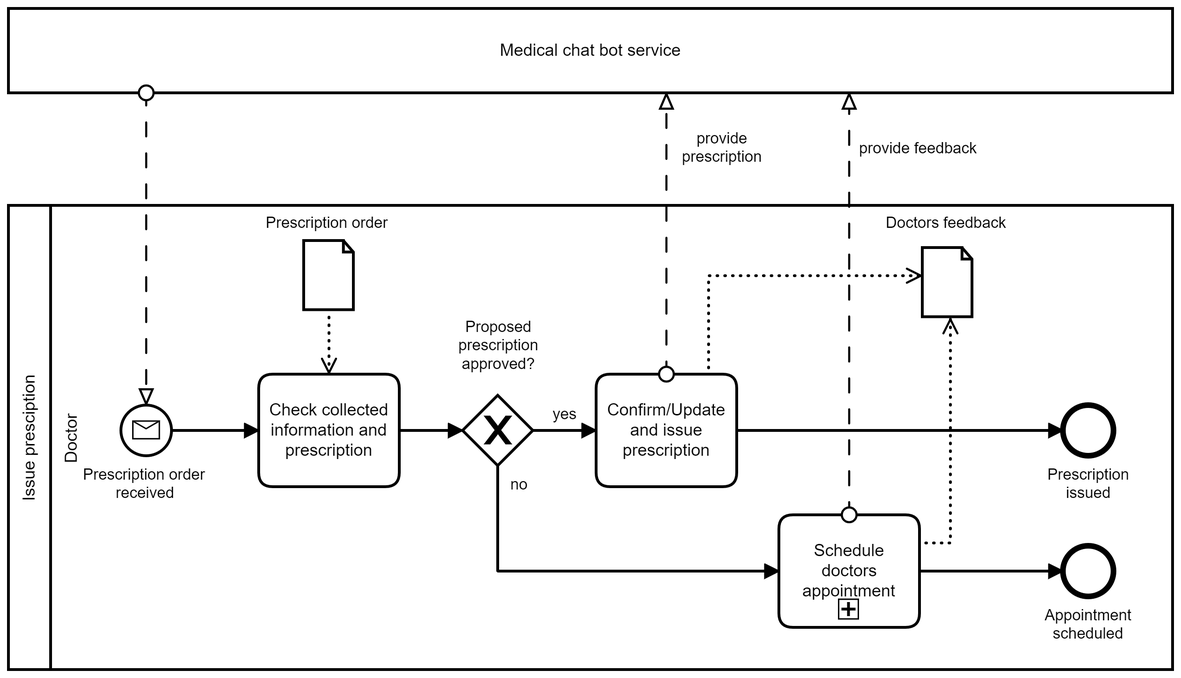
Above: images/wiki/TO-BE_Process_issue_prescription.png in DigiBP/DigiBP_Burrata (BPMN), before the change. Its source is kept beside it as TO-BE Process/TO-BE_Process_issue_prescription.bpmn. Ids are renumbered. The source it was exported from:
```xml
<bpmn:definitions xmlns:bpmn="http://www.omg.org/spec/BPMN/20100524/MODEL" xmlns:bpmndi="http://www.omg.org/spec/BPMN/20100524/DI" xmlns:dc="http://www.omg.org/spec/DD/20100524/DC" xmlns:di="http://www.omg.org/spec/DD/20100524/DI" id="Definitions_n1" targetNamespace="http://bpmn.io/schema/bpmn" exporter="Camunda Modeler" exporterVersion="3.6.0">
  <bpmn:collaboration id="Collaboration_n2">
    <bpmn:participant id="Participant_n3" name="Issue presciption" processRef="Process_n4" />
    <bpmn:participant id="Participant_n5" name="Medical chat bot service" />
    <bpmn:messageFlow id="MessageFlow_n6" sourceRef="Participant_n5" targetRef="StartEvent_1" />
    <bpmn:messageFlow id="MessageFlow_n7" name="provide prescription" sourceRef="Task_n8" targetRef="Participant_n5" />
    <bpmn:messageFlow id="MessageFlow_n9" name="provide feedback" sourceRef="Task_n10" targetRef="Participant_n5" />
  </bpmn:collaboration>
  <bpmn:process id="Process_n4" isExecutable="true">
    <bpmn:laneSet id="LaneSet_n11">
      <bpmn:lane id="Lane_n12" name="Doctor">
        <bpmn:flowNodeRef>Task_n13</bpmn:flowNodeRef>
        <bpmn:flowNodeRef>Task_n8</bpmn:flowNodeRef>
        <bpmn:flowNodeRef>ExclusiveGateway_n14</bpmn:flowNodeRef>
        <bpmn:flowNodeRef>EndEvent_n15</bpmn:flowNodeRef>
        <bpmn:flowNodeRef>StartEvent_1</bpmn:flowNodeRef>
        <bpmn:flowNodeRef>EndEvent_n16</bpmn:flowNodeRef>
        <bpmn:flowNodeRef>Task_n10</bpmn:flowNodeRef>
      </bpmn:lane>
    </bpmn:laneSet>
    <bpmn:task id="Task_n13" name="Check collected information and prescription">
      <bpmn:incoming>SequenceFlow_n17</bpmn:incoming>
      <bpmn:outgoing>SequenceFlow_n18</bpmn:outgoing>
      <bpmn:property id="Property_n19" name="__targetRef_placeholder" />
      <bpmn:dataInputAssociation id="DataInputAssociation_n20">
        <bpmn:sourceRef>DataObjectReference_n21</bpmn:sourceRef>
        <bpmn:targetRef>Property_n19</bpmn:targetRef>
      </bpmn:dataInputAssociation>
    </bpmn:task>
    <bpmn:task id="Task_n8" name="Confirm/Update and issue prescription">
      <bpmn:incoming>SequenceFlow_n22</bpmn:incoming>
      <bpmn:outgoing>SequenceFlow_n23</bpmn:outgoing>
      <bpmn:dataOutputAssociation id="DataOutputAssociation_n24">
        <bpmn:targetRef>DataObjectReference_n25</bpmn:targetRef>
      </bpmn:dataOutputAssociation>
    </bpmn:task>
    <bpmn:exclusiveGateway id="ExclusiveGateway_n14" name="Proposed prescription approved?">
      <bpmn:incoming>SequenceFlow_n18</bpmn:incoming>
      <bpmn:outgoing>SequenceFlow_n22</bpmn:outgoing>
      <bpmn:outgoing>SequenceFlow_n26</bpmn:outgoing>
    </bpmn:exclusiveGateway>
    <bpmn:dataObjectReference id="DataObjectReference_n21" name="Prescription order" dataObjectRef="DataObject_n27" />
    <bpmn:dataObject id="DataObject_n27" />
    <bpmn:endEvent id="EndEvent_n15" name="Prescription issued">
      <bpmn:incoming>SequenceFlow_n23</bpmn:incoming>
    </bpmn:endEvent>
    <bpmn:startEvent id="StartEvent_1" name="Prescription order received">
      <bpmn:outgoing>SequenceFlow_n17</bpmn:outgoing>
      <bpmn:messageEventDefinition id="MessageEventDefinition_n28" />
    </bpmn:startEvent>
    <bpmn:endEvent id="EndEvent_n16" name="Appointment scheduled">
      <bpmn:incoming>SequenceFlow_n29</bpmn:incoming>
    </bpmn:endEvent>
    <bpmn:subProcess id="Task_n10" name="Schedule doctors appointment">
      <bpmn:incoming>SequenceFlow_n26</bpmn:incoming>
      <bpmn:outgoing>SequenceFlow_n29</bpmn:outgoing>
      <bpmn:dataOutputAssociation id="DataOutputAssociation_n30">
        <bpmn:targetRef>DataObjectReference_n25</bpmn:targetRef>
      </bpmn:dataOutputAssociation>
    </bpmn:subProcess>
    <bpmn:sequenceFlow id="SequenceFlow_n17" sourceRef="StartEvent_1" targetRef="Task_n13" />
    <bpmn:sequenceFlow id="SequenceFlow_n23" sourceRef="Task_n8" targetRef="EndEvent_n15" />
    <bpmn:sequenceFlow id="SequenceFlow_n22" name="yes" sourceRef="ExclusiveGateway_n14" targetRef="Task_n8" />
    <bpmn:sequenceFlow id="SequenceFlow_n18" sourceRef="Task_n13" targetRef="ExclusiveGateway_n14" />
    <bpmn:sequenceFlow id="SequenceFlow_n26" name="no" sourceRef="ExclusiveGateway_n14" targetRef="Task_n10" />
    <bpmn:sequenceFlow id="SequenceFlow_n29" sourceRef="Task_n10" targetRef="EndEvent_n16" />
    <bpmn:dataObjectReference id="DataObjectReference_n25" name="Doctors feedback" dataObjectRef="DataObject_n31" />
    <bpmn:dataObject id="DataObject_n31" />
  </bpmn:process>
  <bpmndi:BPMNDiagram id="BPMNDiagram_1">
    <bpmndi:BPMNPlane id="BPMNPlane_1" bpmnElement="Collaboration_n2">
      <bpmndi:BPMNShape id="Participant_n3_di" bpmnElement="Participant_n3" isHorizontal="true">
        <dc:Bounds x="152" y="220" width="828" height="330" />
      </bpmndi:BPMNShape>
      <bpmndi:BPMNShape id="StartEvent_1m1549q_di" bpmnElement="StartEvent_1">
        <dc:Bounds x="232" y="362" width="36" height="36" />
        <bpmndi:BPMNLabel>
          <dc:Bounds x="205" y="405" width="89" height="27" />
        </bpmndi:BPMNLabel>
      </bpmndi:BPMNShape>
      <bpmndi:BPMNShape id="Task_n13_di" bpmnElement="Task_n13">
        <dc:Bounds x="330" y="340" width="100" height="80" />
      </bpmndi:BPMNShape>
      <bpmndi:BPMNEdge id="SequenceFlow_n17_di" bpmnElement="SequenceFlow_n17">
        <di:waypoint x="268" y="380" />
        <di:waypoint x="330" y="380" />
      </bpmndi:BPMNEdge>
      <bpmndi:BPMNShape id="Task_n8_di" bpmnElement="Task_n8">
        <dc:Bounds x="570" y="340" width="100" height="80" />
      </bpmndi:BPMNShape>
      <bpmndi:BPMNShape id="DataObjectReference_n21_di" bpmnElement="DataObjectReference_n21">
        <dc:Bounds x="362" y="245" width="36" height="50" />
        <bpmndi:BPMNLabel>
          <dc:Bounds x="335" y="226" width="89" height="14" />
        </bpmndi:BPMNLabel>
      </bpmndi:BPMNShape>
      <bpmndi:BPMNEdge id="DataInputAssociation_n20_di" bpmnElement="DataInputAssociation_n20">
        <di:waypoint x="380" y="295" />
        <di:waypoint x="380" y="340" />
      </bpmndi:BPMNEdge>
      <bpmndi:BPMNShape id="EndEvent_n15_di" bpmnElement="EndEvent_n15">
        <dc:Bounds x="902" y="362" width="36" height="36" />
        <bpmndi:BPMNLabel>
          <dc:Bounds x="891" y="405" width="59" height="27" />
        </bpmndi:BPMNLabel>
      </bpmndi:BPMNShape>
      <bpmndi:BPMNEdge id="SequenceFlow_n23_di" bpmnElement="SequenceFlow_n23">
        <di:waypoint x="670" y="380" />
        <di:waypoint x="902" y="380" />
      </bpmndi:BPMNEdge>
      <bpmndi:BPMNShape id="ExclusiveGateway_n14_di" bpmnElement="ExclusiveGateway_n14" isMarkerVisible="true">
        <dc:Bounds x="475" y="355" width="50" height="50" />
        <bpmndi:BPMNLabel>
          <dc:Bounds x="472" y="300" width="57" height="40" />
        </bpmndi:BPMNLabel>
      </bpmndi:BPMNShape>
      <bpmndi:BPMNEdge id="SequenceFlow_n22_di" bpmnElement="SequenceFlow_n22">
        <di:waypoint x="525" y="380" />
        <di:waypoint x="570" y="380" />
        <bpmndi:BPMNLabel>
          <dc:Bounds x="539" y="362" width="17" height="14" />
        </bpmndi:BPMNLabel>
      </bpmndi:BPMNEdge>
      <bpmndi:BPMNEdge id="SequenceFlow_n18_di" bpmnElement="SequenceFlow_n18">
        <di:waypoint x="430" y="380" />
        <di:waypoint x="475" y="380" />
      </bpmndi:BPMNEdge>
      <bpmndi:BPMNEdge id="SequenceFlow_n26_di" bpmnElement="SequenceFlow_n26">
        <di:waypoint x="500" y="405" />
        <di:waypoint x="500" y="480" />
        <di:waypoint x="700" y="480" />
        <bpmndi:BPMNLabel>
          <dc:Bounds x="509" y="412" width="13" height="14" />
        </bpmndi:BPMNLabel>
      </bpmndi:BPMNEdge>
      <bpmndi:BPMNShape id="EndEvent_n16_di" bpmnElement="EndEvent_n16">
        <dc:Bounds x="902" y="462" width="36" height="36" />
        <bpmndi:BPMNLabel>
          <dc:Bounds x="889" y="505" width="62" height="27" />
        </bpmndi:BPMNLabel>
      </bpmndi:BPMNShape>
      <bpmndi:BPMNEdge id="SequenceFlow_n29_di" bpmnElement="SequenceFlow_n29">
        <di:waypoint x="800" y="480" />
        <di:waypoint x="902" y="480" />
      </bpmndi:BPMNEdge>
      <bpmndi:BPMNShape id="Participant_0koea4i_di" bpmnElement="Participant_n5" isHorizontal="true">
        <dc:Bounds x="152" y="80" width="828" height="60" />
      </bpmndi:BPMNShape>
      <bpmndi:BPMNEdge id="MessageFlow_n6_di" bpmnElement="MessageFlow_n6">
        <di:waypoint x="250" y="140" />
        <di:waypoint x="250" y="362" />
      </bpmndi:BPMNEdge>
      <bpmndi:BPMNEdge id="MessageFlow_n7_di" bpmnElement="MessageFlow_n7">
        <di:waypoint x="620" y="340" />
        <di:waypoint x="620" y="140" />
        <bpmndi:BPMNLabel>
          <dc:Bounds x="631" y="166" width="57" height="27" />
        </bpmndi:BPMNLabel>
      </bpmndi:BPMNEdge>
      <bpmndi:BPMNEdge id="MessageFlow_n9_di" bpmnElement="MessageFlow_n9">
        <di:waypoint x="750" y="440" />
        <di:waypoint x="750" y="140" />
        <bpmndi:BPMNLabel>
          <dc:Bounds x="757" y="173" width="85" height="14" />
        </bpmndi:BPMNLabel>
      </bpmndi:BPMNEdge>
      <bpmndi:BPMNShape id="DataObjectReference_n25_di" bpmnElement="DataObjectReference_n25">
        <dc:Bounds x="802" y="250" width="36" height="50" />
        <bpmndi:BPMNLabel>
          <dc:Bounds x="776" y="226" width="87" height="14" />
        </bpmndi:BPMNLabel>
      </bpmndi:BPMNShape>
      <bpmndi:BPMNEdge id="DataOutputAssociation_n24_di" bpmnElement="DataOutputAssociation_n24">
        <di:waypoint x="650" y="340" />
        <di:waypoint x="650" y="270" />
        <di:waypoint x="802" y="270" />
      </bpmndi:BPMNEdge>
      <bpmndi:BPMNEdge id="DataOutputAssociation_n30_di" bpmnElement="DataOutputAssociation_n30">
        <di:waypoint x="800" y="460" />
        <di:waypoint x="822" y="460" />
        <di:waypoint x="822" y="300" />
      </bpmndi:BPMNEdge>
      <bpmndi:BPMNShape id="SubProcess_06xylaw_di" bpmnElement="Task_n10">
        <dc:Bounds x="700" y="440" width="100" height="80" />
      </bpmndi:BPMNShape>
      <bpmndi:BPMNShape id="Lane_n12_di" bpmnElement="Lane_n12" isHorizontal="true">
        <dc:Bounds x="182" y="220" width="798" height="330" />
      </bpmndi:BPMNShape>
    </bpmndi:BPMNPlane>
  </bpmndi:BPMNDiagram>
</bpmn:definitions>
```
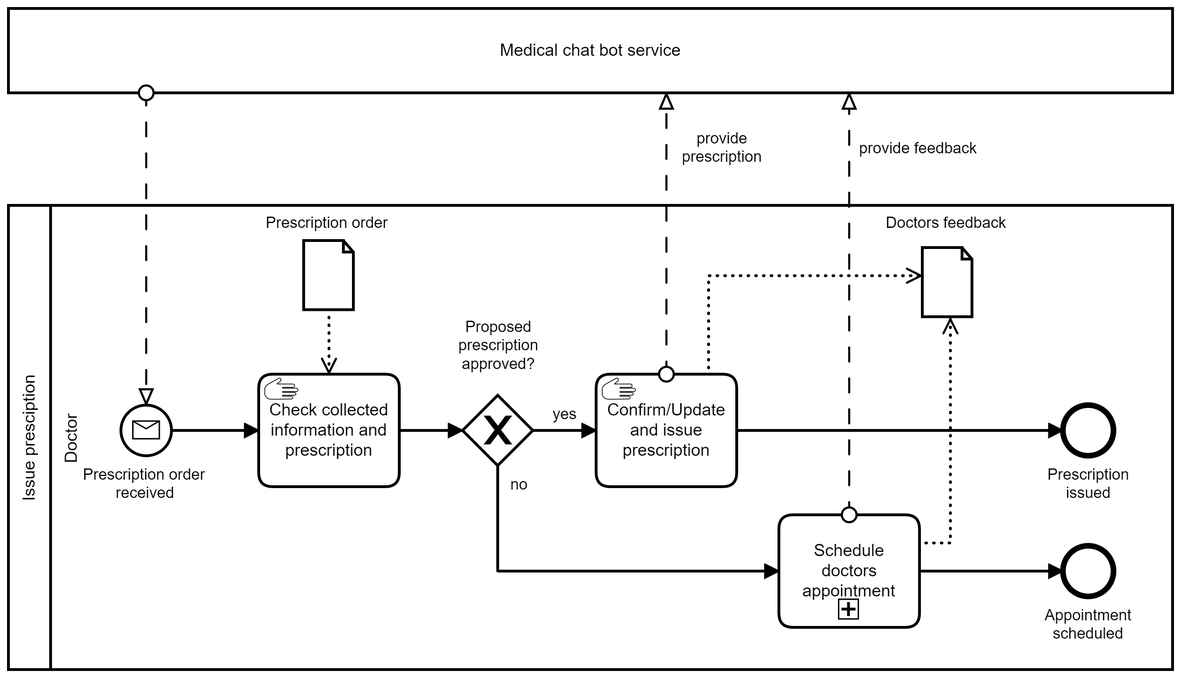
The same diagram one commit later.

Commit message:
to-be process after discussion - minor corrections

The edit, as a diff of the source:
```diff
@@ -4,36 +4,20 @@
     <bpmn:participant id="Participant_n5" name="Medical chat bot service" />
     <bpmn:messageFlow id="MessageFlow_n6" sourceRef="Participant_n5" targetRef="StartEvent_1" />
     <bpmn:messageFlow id="MessageFlow_n7" name="provide prescription" sourceRef="Task_n8" targetRef="Participant_n5" />
-    <bpmn:messageFlow id="MessageFlow_n9" name="provide feedback" sourceRef="Task_n10" targetRef="Participant_n5" />
+    <bpmn:messageFlow id="MessageFlow_n9" name="provide feedback" sourceRef="Collaboration_n32" targetRef="Participant_n5" />
   </bpmn:collaboration>
   <bpmn:process id="Process_n4" isExecutable="true">
     <bpmn:laneSet id="LaneSet_n11">
       <bpmn:lane id="Lane_n12" name="Doctor">
-        <bpmn:flowNodeRef>Task_n13</bpmn:flowNodeRef>
-        <bpmn:flowNodeRef>Task_n8</bpmn:flowNodeRef>
         <bpmn:flowNodeRef>ExclusiveGateway_n14</bpmn:flowNodeRef>
         <bpmn:flowNodeRef>EndEvent_n15</bpmn:flowNodeRef>
         <bpmn:flowNodeRef>StartEvent_1</bpmn:flowNodeRef>
         <bpmn:flowNodeRef>EndEvent_n16</bpmn:flowNodeRef>
-        <bpmn:flowNodeRef>Task_n10</bpmn:flowNodeRef>
+        <bpmn:flowNodeRef>Collaboration_n32</bpmn:flowNodeRef>
+        <bpmn:flowNodeRef>Task_n13</bpmn:flowNodeRef>
+        <bpmn:flowNodeRef>Task_n8</bpmn:flowNodeRef>
       </bpmn:lane>
     </bpmn:laneSet>
-    <bpmn:task id="Task_n13" name="Check collected information and prescription">
-      <bpmn:incoming>SequenceFlow_n17</bpmn:incoming>
-      <bpmn:outgoing>SequenceFlow_n18</bpmn:outgoing>
-      <bpmn:property id="Property_n19" name="__targetRef_placeholder" />
-      <bpmn:dataInputAssociation id="DataInputAssociation_n20">
-        <bpmn:sourceRef>DataObjectReference_n21</bpmn:sourceRef>
-        <bpmn:targetRef>Property_n19</bpmn:targetRef>
-      </bpmn:dataInputAssociation>
-    </bpmn:task>
-    <bpmn:task id="Task_n8" name="Confirm/Update and issue prescription">
-      <bpmn:incoming>SequenceFlow_n22</bpmn:incoming>
-      <bpmn:outgoing>SequenceFlow_n23</bpmn:outgoing>
-      <bpmn:dataOutputAssociation id="DataOutputAssociation_n24">
-        <bpmn:targetRef>DataObjectReference_n25</bpmn:targetRef>
-      </bpmn:dataOutputAssociation>
-    </bpmn:task>
     <bpmn:exclusiveGateway id="ExclusiveGateway_n14" name="Proposed prescription approved?">
       <bpmn:incoming>SequenceFlow_n18</bpmn:incoming>
       <bpmn:outgoing>SequenceFlow_n22</bpmn:outgoing>
@@ -51,7 +35,7 @@
     <bpmn:endEvent id="EndEvent_n16" name="Appointment scheduled">
       <bpmn:incoming>SequenceFlow_n29</bpmn:incoming>
     </bpmn:endEvent>
-    <bpmn:subProcess id="Task_n10" name="Schedule doctors appointment">
+    <bpmn:subProcess id="Collaboration_n32" name="Schedule doctors appointment">
       <bpmn:incoming>SequenceFlow_n26</bpmn:incoming>
       <bpmn:outgoing>SequenceFlow_n29</bpmn:outgoing>
       <bpmn:dataOutputAssociation id="DataOutputAssociation_n30">
@@ -62,10 +46,26 @@
     <bpmn:sequenceFlow id="SequenceFlow_n23" sourceRef="Task_n8" targetRef="EndEvent_n15" />
     <bpmn:sequenceFlow id="SequenceFlow_n22" name="yes" sourceRef="ExclusiveGateway_n14" targetRef="Task_n8" />
     <bpmn:sequenceFlow id="SequenceFlow_n18" sourceRef="Task_n13" targetRef="ExclusiveGateway_n14" />
-    <bpmn:sequenceFlow id="SequenceFlow_n26" name="no" sourceRef="ExclusiveGateway_n14" targetRef="Task_n10" />
-    <bpmn:sequenceFlow id="SequenceFlow_n29" sourceRef="Task_n10" targetRef="EndEvent_n16" />
+    <bpmn:sequenceFlow id="SequenceFlow_n26" name="no" sourceRef="ExclusiveGateway_n14" targetRef="Collaboration_n32" />
+    <bpmn:sequenceFlow id="SequenceFlow_n29" sourceRef="Collaboration_n32" targetRef="EndEvent_n16" />
     <bpmn:dataObjectReference id="DataObjectReference_n25" name="Doctors feedback" dataObjectRef="DataObject_n31" />
     <bpmn:dataObject id="DataObject_n31" />
+    <bpmn:manualTask id="Task_n13" name="Check collected information and prescription">
+      <bpmn:incoming>SequenceFlow_n17</bpmn:incoming>
+      <bpmn:outgoing>SequenceFlow_n18</bpmn:outgoing>
+      <bpmn:property id="Property_n33" name="__targetRef_placeholder" />
+      <bpmn:dataInputAssociation id="DataInputAssociation_n20">
+        <bpmn:sourceRef>DataObjectReference_n21</bpmn:sourceRef>
+        <bpmn:targetRef>Property_n33</bpmn:targetRef>
+      </bpmn:dataInputAssociation>
+    </bpmn:manualTask>
+    <bpmn:manualTask id="Task_n8" name="Confirm/Update and issue prescription">
+      <bpmn:incoming>SequenceFlow_n22</bpmn:incoming>
+      <bpmn:outgoing>SequenceFlow_n23</bpmn:outgoing>
+      <bpmn:dataOutputAssociation id="DataOutputAssociation_n24">
+        <bpmn:targetRef>DataObjectReference_n25</bpmn:targetRef>
+      </bpmn:dataOutputAssociation>
+    </bpmn:manualTask>
   </bpmn:process>
   <bpmndi:BPMNDiagram id="BPMNDiagram_1">
     <bpmndi:BPMNPlane id="BPMNPlane_1" bpmnElement="Collaboration_n2">
@@ -78,16 +78,10 @@
           <dc:Bounds x="205" y="405" width="89" height="27" />
         </bpmndi:BPMNLabel>
       </bpmndi:BPMNShape>
-      <bpmndi:BPMNShape id="Task_n13_di" bpmnElement="Task_n13">
-        <dc:Bounds x="330" y="340" width="100" height="80" />
-      </bpmndi:BPMNShape>
       <bpmndi:BPMNEdge id="SequenceFlow_n17_di" bpmnElement="SequenceFlow_n17">
         <di:waypoint x="268" y="380" />
         <di:waypoint x="330" y="380" />
       </bpmndi:BPMNEdge>
-      <bpmndi:BPMNShape id="Task_n8_di" bpmnElement="Task_n8">
-        <dc:Bounds x="570" y="340" width="100" height="80" />
-      </bpmndi:BPMNShape>
       <bpmndi:BPMNShape id="DataObjectReference_n21_di" bpmnElement="DataObjectReference_n21">
         <dc:Bounds x="362" y="245" width="36" height="50" />
         <bpmndi:BPMNLabel>
@@ -180,12 +174,18 @@
         <di:waypoint x="822" y="460" />
         <di:waypoint x="822" y="300" />
       </bpmndi:BPMNEdge>
-      <bpmndi:BPMNShape id="SubProcess_06xylaw_di" bpmnElement="Task_n10">
+      <bpmndi:BPMNShape id="SubProcess_06xylaw_di" bpmnElement="Collaboration_n32">
         <dc:Bounds x="700" y="440" width="100" height="80" />
       </bpmndi:BPMNShape>
       <bpmndi:BPMNShape id="Lane_n12_di" bpmnElement="Lane_n12" isHorizontal="true">
         <dc:Bounds x="182" y="220" width="798" height="330" />
       </bpmndi:BPMNShape>
+      <bpmndi:BPMNShape id="ManualTask_191fdx3_di" bpmnElement="Task_n13">
+        <dc:Bounds x="330" y="340" width="100" height="80" />
+      </bpmndi:BPMNShape>
+      <bpmndi:BPMNShape id="ManualTask_0tbc6og_di" bpmnElement="Task_n8">
+        <dc:Bounds x="570" y="340" width="100" height="80" />
+      </bpmndi:BPMNShape>
     </bpmndi:BPMNPlane>
   </bpmndi:BPMNDiagram>
 </bpmn:definitions>
```
